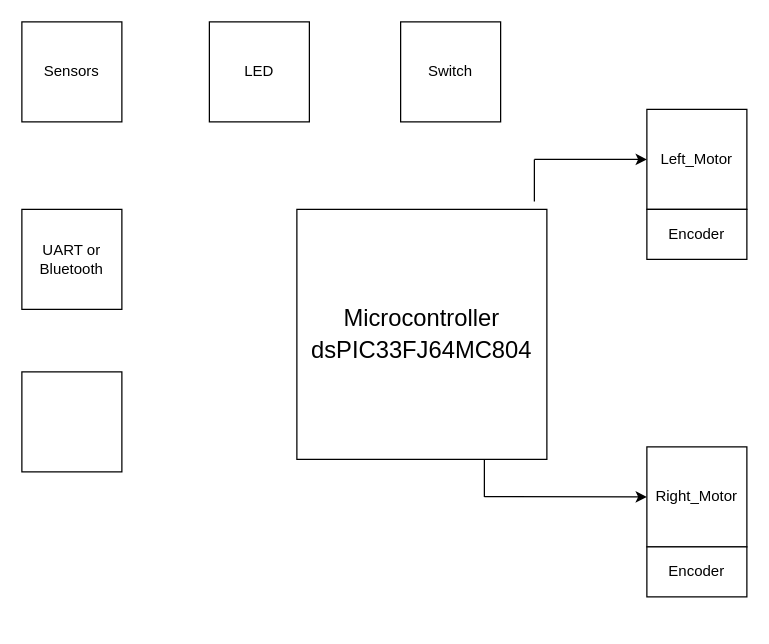
AminSeffo/Micromouse keeps this draw.io diagram as draft/block_diagram.drawio. Above is the earlier version. Source tidied: cells renumbered, new cells numbered last; positions are measured from the earlier drawing's top-left corner, leaving out a move shared by most shapes. Both pictures are drawn from the tidied source at 125%, with x=0, y=0 at pixel (21, 21).
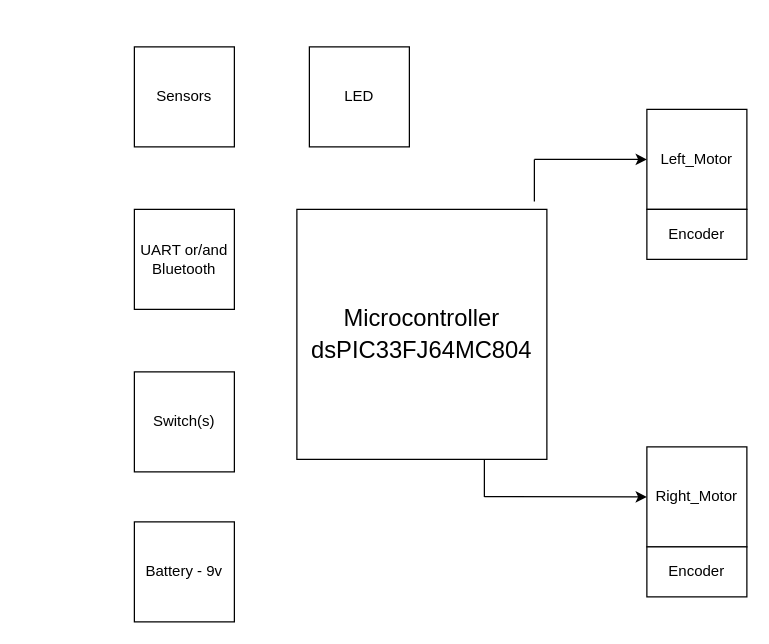
The same diagram, later.

The edit, as a diff of the source:
```diff
@@
 <mxGraphModel>
   <root>
     <mxCell id="0" />
     <mxCell id="1" parent="0" />
     <mxCell id="2" value="&lt;font style=&quot;font-size: 19px;&quot;&gt;Microcontroller&lt;br&gt;dsPIC33FJ64MC804&lt;/font&gt;&lt;span style=&quot;font-size: 20px;&quot;&gt;&lt;br&gt;&lt;/span&gt;" style="whiteSpace=wrap;html=1;" parent="1" vertex="1">
       <mxGeometry x="220" y="150" width="200" height="200" as="geometry" />
     </mxCell>
     <mxCell id="3" value="Left_Motor" style="whiteSpace=wrap;html=1;" parent="1" vertex="1">
       <mxGeometry x="500" y="70" width="80" height="80" as="geometry" />
     </mxCell>
     <mxCell id="4" value="Right_Motor" style="whiteSpace=wrap;html=1;" parent="1" vertex="1">
       <mxGeometry x="500" y="340" width="80" height="80" as="geometry" />
     </mxCell>
     <mxCell id="5" style="endArrow=classic;html=1;rounded=0;" parent="1" edge="1">
       <mxGeometry relative="1" as="geometry">
         <mxPoint x="410" y="110" as="sourcePoint" />
         <mxPoint x="500" y="110" as="targetPoint" />
       </mxGeometry>
     </mxCell>
     <mxCell id="6" style="endArrow=none;html=1;rounded=0;exitX=0.95;exitY=-0.032;exitDx=0;exitDy=0;exitPerimeter=0;" parent="1" edge="1" source="2">
       <mxGeometry relative="1" as="geometry">
         <mxPoint x="410" y="110" as="targetPoint" />
       </mxGeometry>
     </mxCell>
     <mxCell id="7" style="endArrow=classic;html=1;rounded=0;" parent="1" edge="1">
       <mxGeometry relative="1" as="geometry">
         <mxPoint x="370" y="379.8" as="sourcePoint" />
         <mxPoint x="500" y="380" as="targetPoint" />
       </mxGeometry>
     </mxCell>
     <mxCell id="8" style="endArrow=none;html=1;rounded=0;exitX=0.75;exitY=1;exitDx=0;exitDy=0;" parent="1" edge="1" source="2">
       <mxGeometry relative="1" as="geometry">
         <mxPoint x="370" y="380" as="targetPoint" />
       </mxGeometry>
     </mxCell>
     <mxCell id="9" value="Encoder" style="rounded=0;whiteSpace=wrap;html=1;" parent="1" vertex="1">
       <mxGeometry x="500" y="150" width="80" height="40" as="geometry" />
     </mxCell>
     <mxCell id="10" value="Encoder" style="rounded=0;whiteSpace=wrap;html=1;" parent="1" vertex="1">
       <mxGeometry x="500" y="420" width="80" height="40" as="geometry" />
     </mxCell>
     <mxCell id="11" value="Sensors" style="whiteSpace=wrap;html=1;" parent="1" vertex="1">
-      <mxGeometry width="80" height="80" as="geometry" />
+      <mxGeometry x="90" y="20" width="80" height="80" as="geometry" />
     </mxCell>
     <mxCell id="12" value="LED" style="whiteSpace=wrap;html=1;" parent="1" vertex="1">
-      <mxGeometry x="150" width="80" height="80" as="geometry" />
+      <mxGeometry x="230" y="20" width="80" height="80" as="geometry" />
     </mxCell>
-    <mxCell id="13" value="Switch" style="whiteSpace=wrap;html=1;" parent="1" vertex="1">
-      <mxGeometry x="303" width="80" height="80" as="geometry" />
-    </mxCell>
-    <mxCell id="14" value="UART or Bluetooth" style="whiteSpace=wrap;html=1;" parent="1" vertex="1">
-      <mxGeometry y="150" width="80" height="80" as="geometry" />
+    <mxCell id="14" value="UART or/and Bluetooth" style="whiteSpace=wrap;html=1;" parent="1" vertex="1">
+      <mxGeometry x="90" y="150" width="80" height="80" as="geometry" />
     </mxCell>
-    <mxCell id="15" style="whiteSpace=wrap;html=1;" parent="1" vertex="1">
-      <mxGeometry y="280" width="80" height="80" as="geometry" />
+    <mxCell id="15" value="Switch(s)" style="whiteSpace=wrap;html=1;" parent="1" vertex="1">
+      <mxGeometry x="90" y="280" width="80" height="80" as="geometry" />
     </mxCell>
+    <mxCell id="16" value="Battery - 9v" style="whiteSpace=wrap;html=1;" parent="1" vertex="1">
+      <mxGeometry x="90" y="400" width="80" height="80" as="geometry" />
+    </mxCell>
   </root>
 </mxGraphModel>
```
